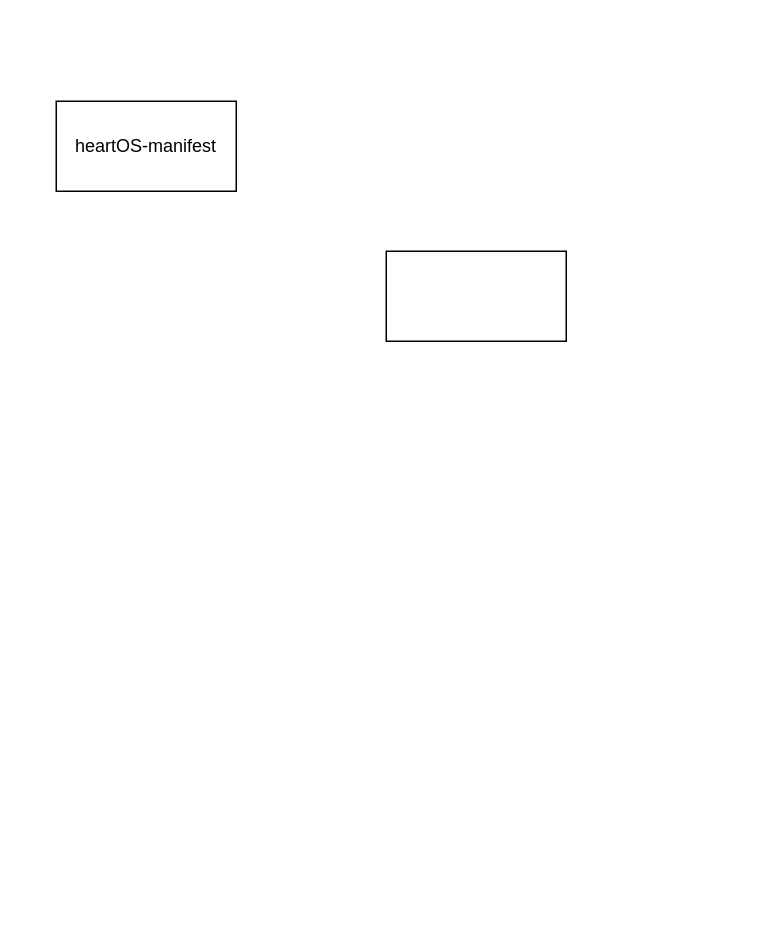
Before: page "Page-1" (1 of 2) of Untitled Diagram.drawio in tactmaster/drawing, a draw.io diagram. Source tidied: cells renumbered, new cells numbered last; positions are measured from the earlier drawing's top-left corner, leaving out a move shared by most shapes. Both pictures are drawn from the tidied source at 150%, with x=0, y=0 at pixel (56, 100).
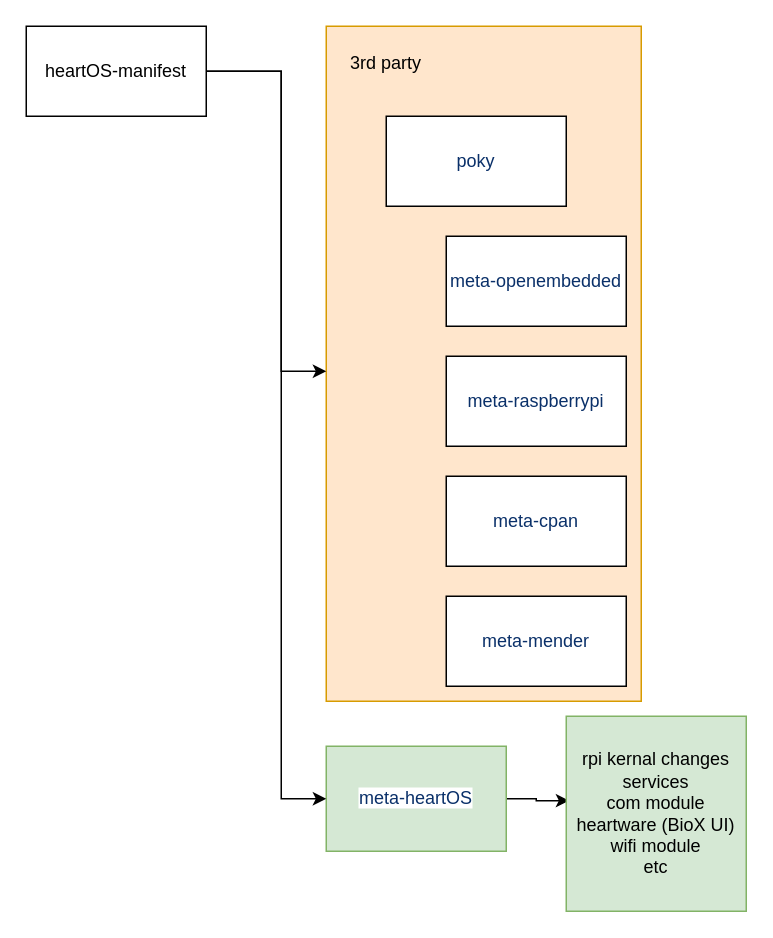
Above is the later version.

Commit message:
Added all info

The edit, as a diff of the source:
```diff
@@
 <mxGraphModel>
   <root>
     <mxCell id="0" />
     <mxCell id="1" parent="0" />
+    <mxCell id="4" style="rounded=0;whiteSpace=wrap;html=1;align=left;fillColor=#ffe6cc;strokeColor=#d79b00;" parent="1" vertex="1">
+      <mxGeometry x="180" y="-50" width="210" height="450" as="geometry" />
+    </mxCell>
     <mxCell id="2" value="heartOS-manifest" style="rounded=0;whiteSpace=wrap;html=1;" parent="1" vertex="1">
-      <mxGeometry width="120" height="60" as="geometry" />
+      <mxGeometry x="-20" y="-50" width="120" height="60" as="geometry" />
     </mxCell>
-    <mxCell id="3" style="rounded=0;whiteSpace=wrap;html=1;" parent="1" vertex="1">
-      <mxGeometry x="220" y="100" width="120" height="60" as="geometry" />
+    <mxCell id="3" value="&lt;span style=&quot;color: rgb(10 , 48 , 105) ; font-family: , , &amp;#34;sf mono&amp;#34; , &amp;#34;menlo&amp;#34; , &amp;#34;consolas&amp;#34; , &amp;#34;liberation mono&amp;#34; , monospace ; background-color: rgb(255 , 255 , 255)&quot;&gt;poky&lt;/span&gt;" style="rounded=0;whiteSpace=wrap;html=1;" parent="1" vertex="1">
+      <mxGeometry x="220" y="10" width="120" height="60" as="geometry" />
     </mxCell>
+    <mxCell id="5" value="&lt;span style=&quot;color: rgb(10 , 48 , 105) ; font-family: , , &amp;#34;sf mono&amp;#34; , &amp;#34;menlo&amp;#34; , &amp;#34;consolas&amp;#34; , &amp;#34;liberation mono&amp;#34; , monospace ; background-color: rgb(255 , 255 , 255)&quot;&gt;meta-openembedded&lt;/span&gt;" style="rounded=0;whiteSpace=wrap;html=1;" parent="1" vertex="1">
+      <mxGeometry x="260" y="90" width="120" height="60" as="geometry" />
+    </mxCell>
+    <mxCell id="6" value="&lt;span style=&quot;color: rgb(10 , 48 , 105) ; font-family: , , &amp;#34;sf mono&amp;#34; , &amp;#34;menlo&amp;#34; , &amp;#34;consolas&amp;#34; , &amp;#34;liberation mono&amp;#34; , monospace ; background-color: rgb(255 , 255 , 255)&quot;&gt;meta-raspberrypi&lt;/span&gt;" style="rounded=0;whiteSpace=wrap;html=1;" parent="1" vertex="1">
+      <mxGeometry x="260" y="170" width="120" height="60" as="geometry" />
+    </mxCell>
+    <mxCell id="7" value="&lt;span style=&quot;color: rgb(10 , 48 , 105) ; font-family: , , &amp;#34;sf mono&amp;#34; , &amp;#34;menlo&amp;#34; , &amp;#34;consolas&amp;#34; , &amp;#34;liberation mono&amp;#34; , monospace ; background-color: rgb(255 , 255 , 255)&quot;&gt;meta-cpan&lt;/span&gt;" style="rounded=0;whiteSpace=wrap;html=1;" parent="1" vertex="1">
+      <mxGeometry x="260" y="250" width="120" height="60" as="geometry" />
+    </mxCell>
+    <mxCell id="8" value="&lt;span style=&quot;color: rgb(10, 48, 105); font-size: 12px; font-style: normal; font-weight: 400; letter-spacing: normal; text-indent: 0px; text-transform: none; word-spacing: 0px; background-color: rgb(255, 255, 255); display: inline; float: none;&quot;&gt;meta-mender&lt;/span&gt;" style="rounded=0;whiteSpace=wrap;html=1;" parent="1" vertex="1">
+      <mxGeometry x="260" y="330" width="120" height="60" as="geometry" />
+    </mxCell>
+    <mxCell id="9" style="edgeStyle=orthogonalEdgeStyle;rounded=0;jettySize=auto;html=1;exitX=1;exitY=0.5;exitDx=0;exitDy=0;entryX=0.017;entryY=0.433;entryDx=0;entryDy=0;entryPerimeter=0;" parent="1" edge="1" source="10" target="12">
+      <mxGeometry relative="1" as="geometry" />
+    </mxCell>
+    <mxCell id="10" value="&lt;span style=&quot;color: rgb(10 , 48 , 105) ; font-family: , , &amp;#34;sf mono&amp;#34; , &amp;#34;menlo&amp;#34; , &amp;#34;consolas&amp;#34; , &amp;#34;liberation mono&amp;#34; , monospace ; background-color: rgb(255 , 255 , 255)&quot;&gt;meta-heartOS&lt;/span&gt;" style="rounded=0;whiteSpace=wrap;html=1;fillColor=#d5e8d4;strokeColor=#82b366;" parent="1" vertex="1">
+      <mxGeometry x="180" y="430" width="120" height="70" as="geometry" />
+    </mxCell>
+    <mxCell id="11" value="3rd party" style="text;html=1;strokeColor=none;fillColor=none;align=center;verticalAlign=middle;whiteSpace=wrap;rounded=0;" parent="1" vertex="1">
+      <mxGeometry x="190" y="-40" width="60" height="30" as="geometry" />
+    </mxCell>
+    <mxCell id="12" value="rpi kernal changes&lt;br&gt;services&lt;br&gt;com module&lt;br&gt;heartware (BioX UI)&lt;br&gt;wifi module&lt;br&gt;etc" style="rounded=0;whiteSpace=wrap;html=1;fillColor=#d5e8d4;strokeColor=#82b366;" parent="1" vertex="1">
+      <mxGeometry x="340" y="410" width="120" height="130" as="geometry" />
+    </mxCell>
+    <mxCell id="13" style="edgeStyle=segmentEdgeStyle;endArrow=classic;html=1;rounded=0;exitX=1;exitY=0.5;exitDx=0;exitDy=0;entryX=0;entryY=0.5;entryDx=0;entryDy=0;" parent="1" edge="1" source="2" target="10">
+      <mxGeometry relative="1" as="geometry">
+        <Array as="points">
+          <mxPoint x="150" y="-20" />
+          <mxPoint x="150" y="465" />
+        </Array>
+      </mxGeometry>
+    </mxCell>
+    <mxCell id="14" style="edgeStyle=segmentEdgeStyle;endArrow=classic;html=1;rounded=0;exitX=1;exitY=0.5;exitDx=0;exitDy=0;" parent="1" edge="1" source="2" target="4">
+      <mxGeometry relative="1" as="geometry">
+        <Array as="points">
+          <mxPoint x="150" y="-20" />
+          <mxPoint x="150" y="180" />
+        </Array>
+      </mxGeometry>
+    </mxCell>
   </root>
 </mxGraphModel>
```
